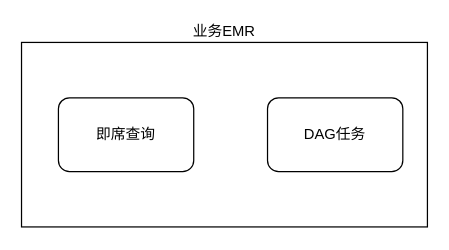
The draw.io diagram emr function.drawio in jimmycheng603/findmaven, before the edit. Source tidied: cells renumbered, new cells numbered last; positions are measured from the earlier drawing's top-left corner, leaving out a move shared by most shapes. Both pictures are drawn from the tidied source at 123%, with x=0, y=0 at pixel (21, 42).
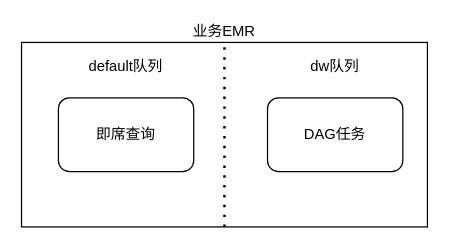
The same page after the edit.

Change to the diagram source:
```diff
@@
 <mxGraphModel>
   <root>
     <mxCell id="0" />
     <mxCell id="1" parent="0" />
     <mxCell id="2" value="业务EMR" style="rounded=0;whiteSpace=wrap;html=1;labelPosition=center;verticalLabelPosition=top;align=center;verticalAlign=bottom;" parent="1" vertex="1">
       <mxGeometry width="330" height="150" as="geometry" />
     </mxCell>
     <mxCell id="3" value="即席查询" style="rounded=1;whiteSpace=wrap;html=1;" parent="1" vertex="1">
       <mxGeometry x="30" y="45" width="110" height="60" as="geometry" />
     </mxCell>
     <mxCell id="4" value="DAG任务" style="rounded=1;whiteSpace=wrap;html=1;" parent="1" vertex="1">
       <mxGeometry x="200" y="45" width="110" height="60" as="geometry" />
     </mxCell>
+    <mxCell id="5" style="endArrow=none;dashed=1;html=1;dashPattern=1 3;strokeWidth=2;entryX=0.5;entryY=0;entryDx=0;entryDy=0;exitX=0.5;exitY=1;exitDx=0;exitDy=0;" parent="1" edge="1" source="2" target="2">
+      <mxGeometry relative="1" as="geometry" />
+    </mxCell>
+    <mxCell id="6" value="default队列" style="text;html=1;strokeColor=none;fillColor=none;align=center;verticalAlign=middle;whiteSpace=wrap;rounded=0;" parent="1" vertex="1">
+      <mxGeometry x="50" y="10" width="70" height="20" as="geometry" />
+    </mxCell>
+    <mxCell id="7" value="dw队列" style="text;html=1;strokeColor=none;fillColor=none;align=center;verticalAlign=middle;whiteSpace=wrap;rounded=0;" parent="1" vertex="1">
+      <mxGeometry x="220" y="10" width="70" height="20" as="geometry" />
+    </mxCell>
   </root>
 </mxGraphModel>
```
